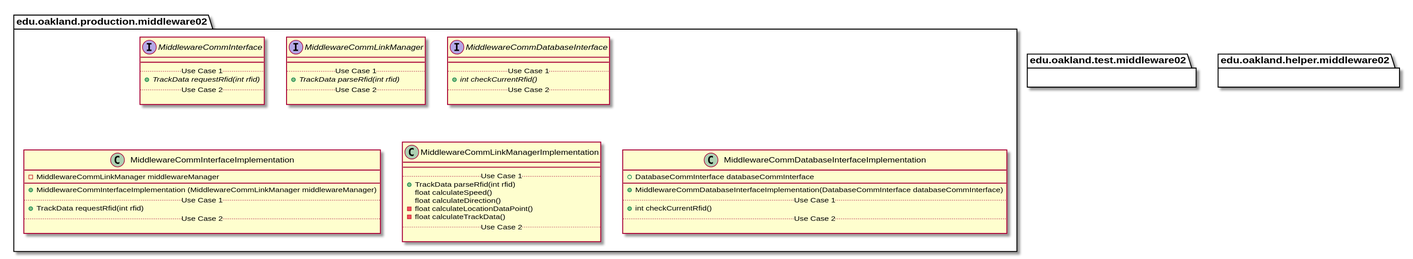
Earlier version of the PlantUML export docs/uml-class-diagrams/middleware02/Middleware02Packages.svg (andrewdimmer/csi-3370-software-project).
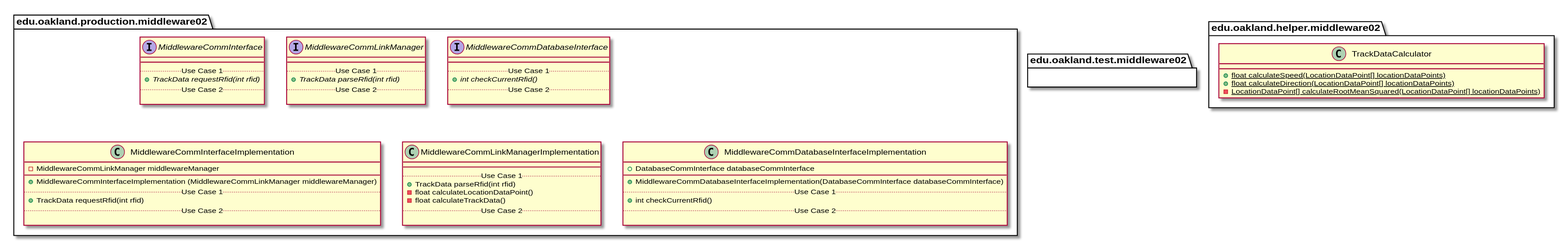
After the commit.

Diff of the diagram source:
```diff
@@ -57,8 +57,6 @@
         __
         .. Use Case 1 ..
         + TrackData parseRfid(int rfid)
-        float calculateSpeed()
-        float calculateDirection()
         - float calculateLocationDataPoint()
         - float calculateTrackData()
         .. Use Case 2 ..
@@ -91,4 +89,14 @@
 }
 
 
+package edu.oakland.helper.middleware02 {
+    class TrackDataCalculator {
+        {static} + float calculateSpeed(LocationDataPoint[] locationDataPoints)
+        {static} + float calculateDirection(LocationDataPoint[] locationDataPoints)
+        {static} - LocationDataPoint[] calculateRootMeanSquared(LocationDataPoint[] locationDataPoints)
+    }
+}
+
+
+
 @enduml
```
